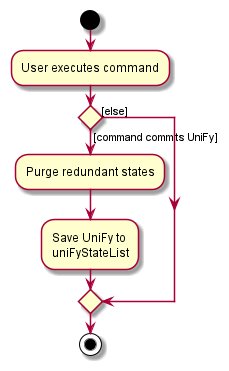
Before: docs/images/CommitActivityDiagram.png, a diagram exported from PlantUML (nus-cs2103-AY2122S1/tp).
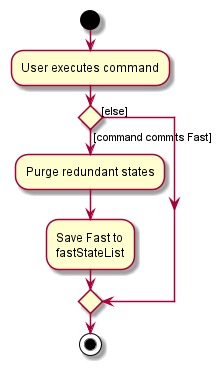
The same diagram one commit later.

What changed in the source:
```diff
@@ -3,10 +3,10 @@
 :User executes command;
 
 
-if () then ([command commits UniFy])
+if () then ([command commits Fast])
     :Purge redundant states;
-    :Save UniFy to
-    uniFyStateList;
+    :Save Fast to
+    fastStateList;
 else ([else])
 endif
 stop
```
